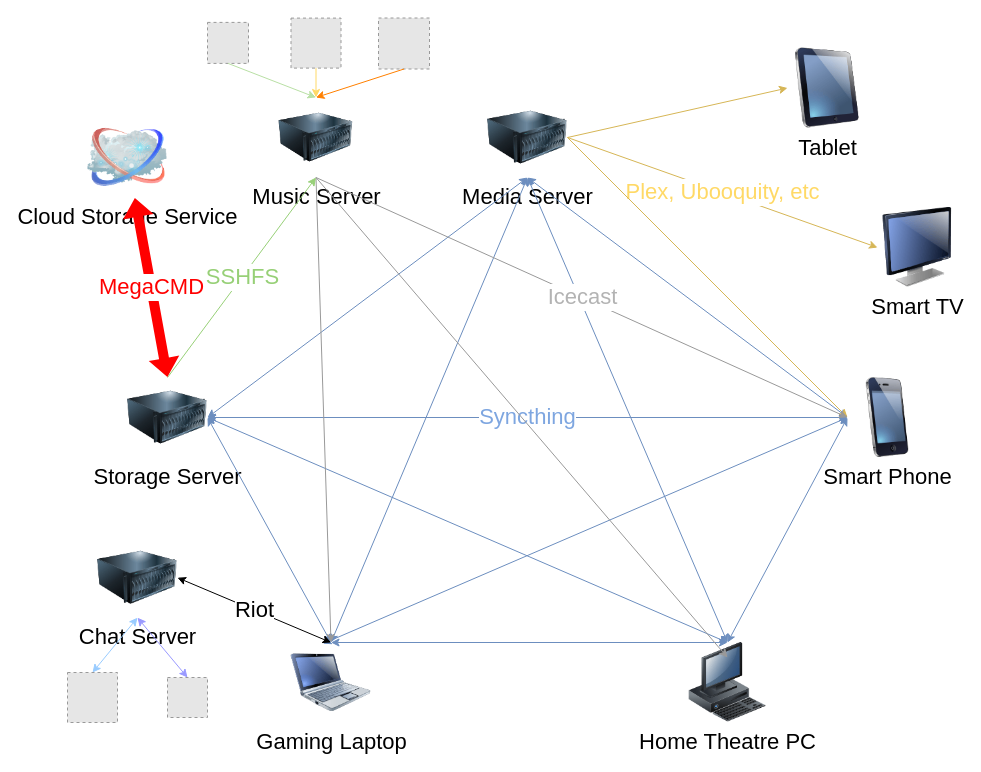
The draw.io diagram Logical Layout Proposed.drawio in syedrali/architecture, before the edit. Source tidied: cells renumbered, new cells numbered last; positions are measured from the earlier drawing's top-left corner, leaving out a move shared by most shapes. Both pictures are drawn from the tidied source at 100%, with x=0, y=0 at pixel (67, 17). Pictures stored in the file or linked from it are replaced by grey dashed boxes.
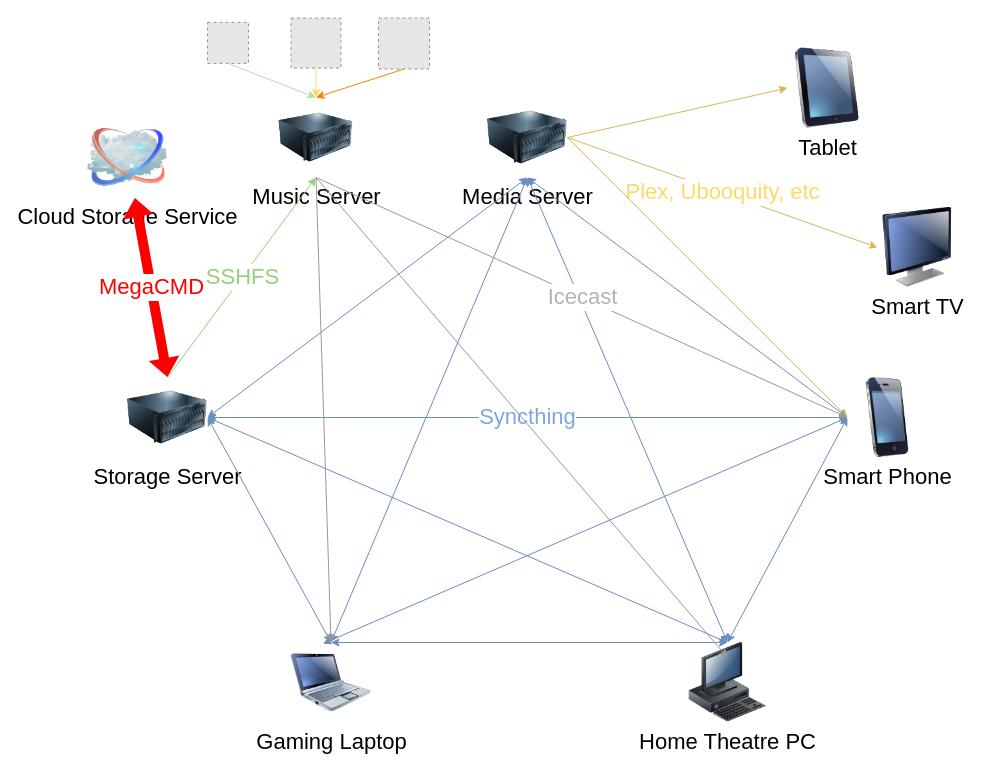
After the change.

Commit message (it also covers changes not shown here):
Added Music Server sources.

The change refers to these unchanged cells:
```xml
<mxCell id="6" value="Gaming Laptop" style="image;html=1;labelBackgroundColor=#ffffff;image=img/lib/clip_art/computers/Netbook_128x128.png;rounded=1;shadow=0;comic=0;strokeColor=#000000;strokeWidth=2;fillColor=#FFFFFF;fontSize=22;fontColor=#000000;" parent="1" vertex="1">
  <mxGeometry x="223.5" y="625" width="80" height="80" as="geometry" />
</mxCell>
```

Diff of the diagram source:
```diff
@@
-    <mxCell id="36" value="Chat Server" style="image;html=1;labelBackgroundColor=#ffffff;image=img/lib/clip_art/computers/Server_128x128.png;fontSize=22;" parent="1" vertex="1">
-      <mxGeometry x="30" y="520.2" width="80" height="80" as="geometry" />
-    </mxCell>
-    <mxCell id="37" style="fillColor=#E6E6E6;strokeColor=#999999;dashed=1;html=1;verticalAlign=top;verticalLabelPosition=bottom;labelBackgroundColor=#ffffff;" parent="1" vertex="1">
-      <mxGeometry y="655" width="50" height="50" as="geometry" />
-    </mxCell>
-    <mxCell id="38" style="fillColor=#E6E6E6;strokeColor=#999999;dashed=1;html=1;verticalAlign=top;verticalLabelPosition=bottom;labelBackgroundColor=#ffffff;" parent="1" vertex="1">
-      <mxGeometry x="100" y="660" width="40" height="40" as="geometry" />
-    </mxCell>
-    <mxCell id="39" value="&lt;font style=&quot;font-size: 22px&quot;&gt;Riot&lt;/font&gt;" style="endArrow=classic;startArrow=classic;html=1;strokeColor=#000000;exitX=0.5;exitY=0;exitDx=0;exitDy=0;entryX=1;entryY=0.5;entryDx=0;entryDy=0;" parent="1" edge="1" source="6" target="36">
-      <mxGeometry relative="1" as="geometry" />
-    </mxCell>
-    <mxCell id="40" style="endArrow=classic;startArrow=classic;html=1;strokeColor=#9999FF;entryX=0.5;entryY=0;entryDx=0;entryDy=0;fillColor=#e1d5e7;exitX=0.5;exitY=1;exitDx=0;exitDy=0;" parent="1" edge="1" source="36" target="38">
-      <mxGeometry relative="1" as="geometry" />
-    </mxCell>
-    <mxCell id="41" style="endArrow=classic;startArrow=classic;html=1;strokeColor=#99CCFF;entryX=0.5;entryY=0;entryDx=0;entryDy=0;fillColor=#d5e8d4;exitX=0.5;exitY=1;exitDx=0;exitDy=0;" parent="1" edge="1" source="36" target="37">
-      <mxGeometry relative="1" as="geometry" />
-    </mxCell>
```
